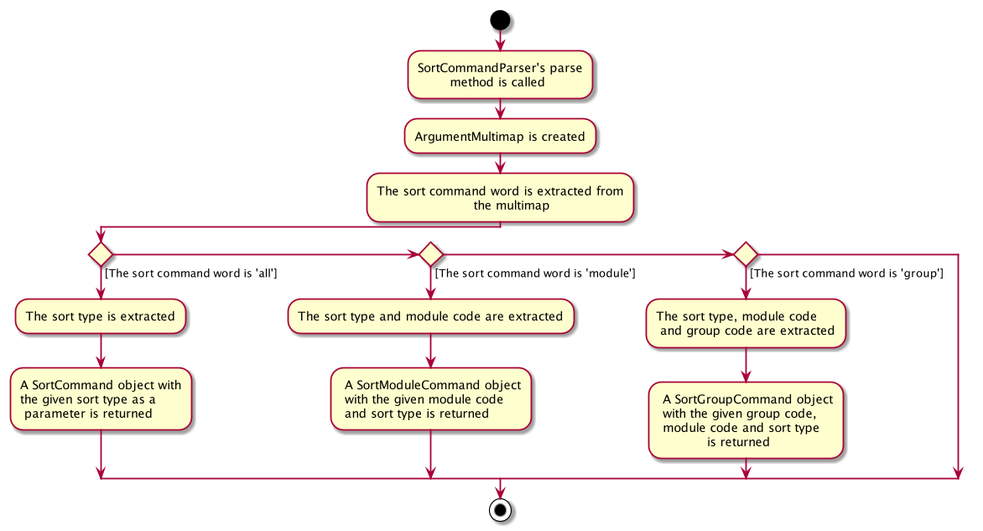
Above: docs/images/SortParserActivityDiagram.png in nus-cs2103-AY1920S2/addressbook-level3 (PlantUML), before the change.
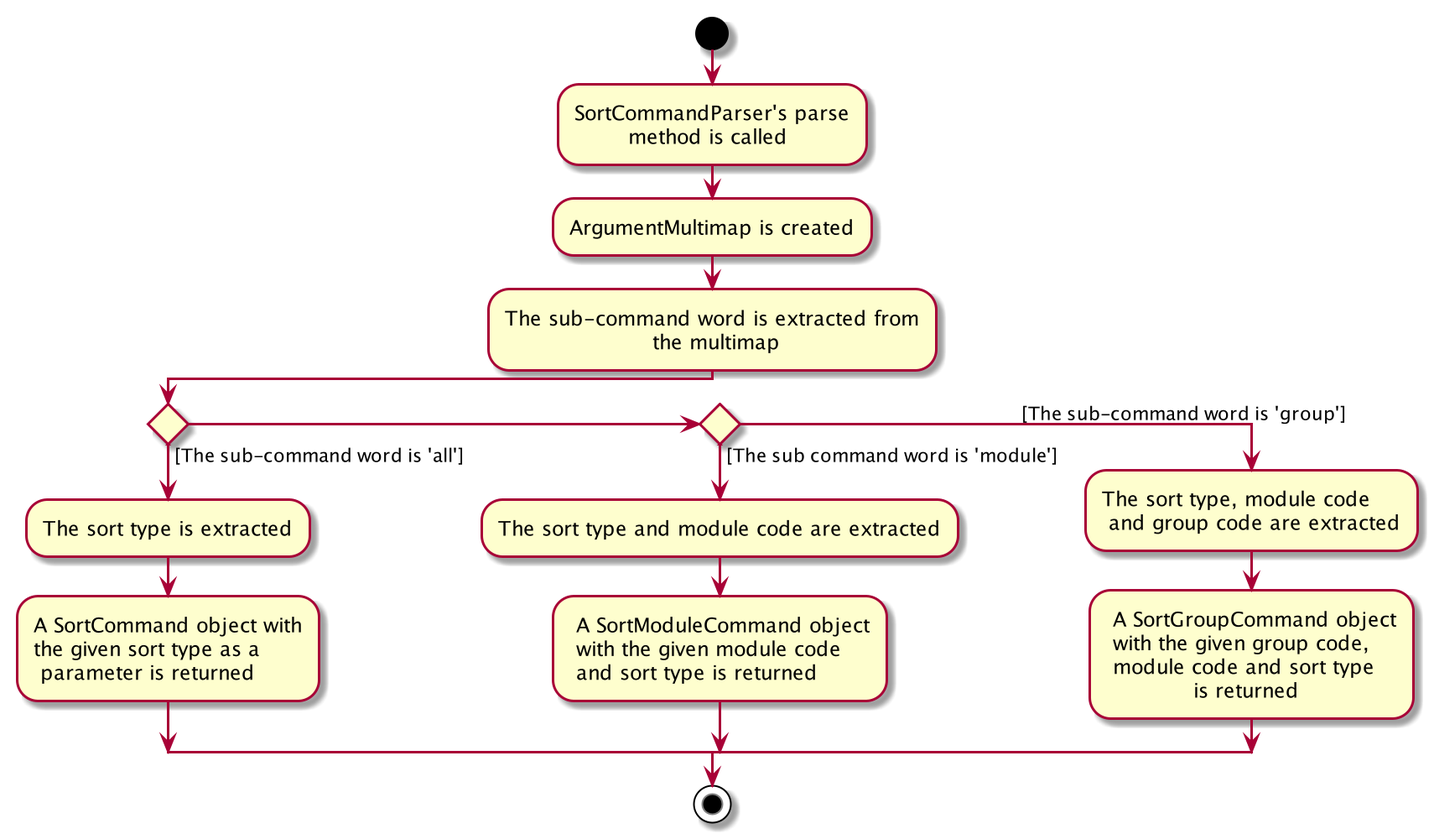
The same diagram one commit later.

What changed in the source:
```diff
@@ -5,28 +5,28 @@
 
 :ArgumentMultimap is created;
 
-:The sort command word is extracted from
-                        the multimap;
+:The sub-command word is extracted from
+                      the multimap;
 
-if() then ([The sort command word is 'all'])
+if() then ([The sub-command word is 'all'])
     :The sort type is extracted;
     :A SortCommand object with
     the given sort type as a
      parameter is returned;
 
-else if() then ([The sort command word is 'module'])
+else if() then ([The sub command word is 'module'])
     :The sort type and module code are extracted;
     : A SortModuleCommand object
      with the given module code
      and sort type is returned;
 
-else if() then ([The sort command word is 'group'])
+else (\t\t\t\t\t\t\t[The sub-command word is 'group'])
     :The sort type, module code
      and group code are extracted;
     : A SortGroupCommand object
      with the given group code,
      module code and sort type
-                is returned;
+                 is returned;
 
 
 endif
```
